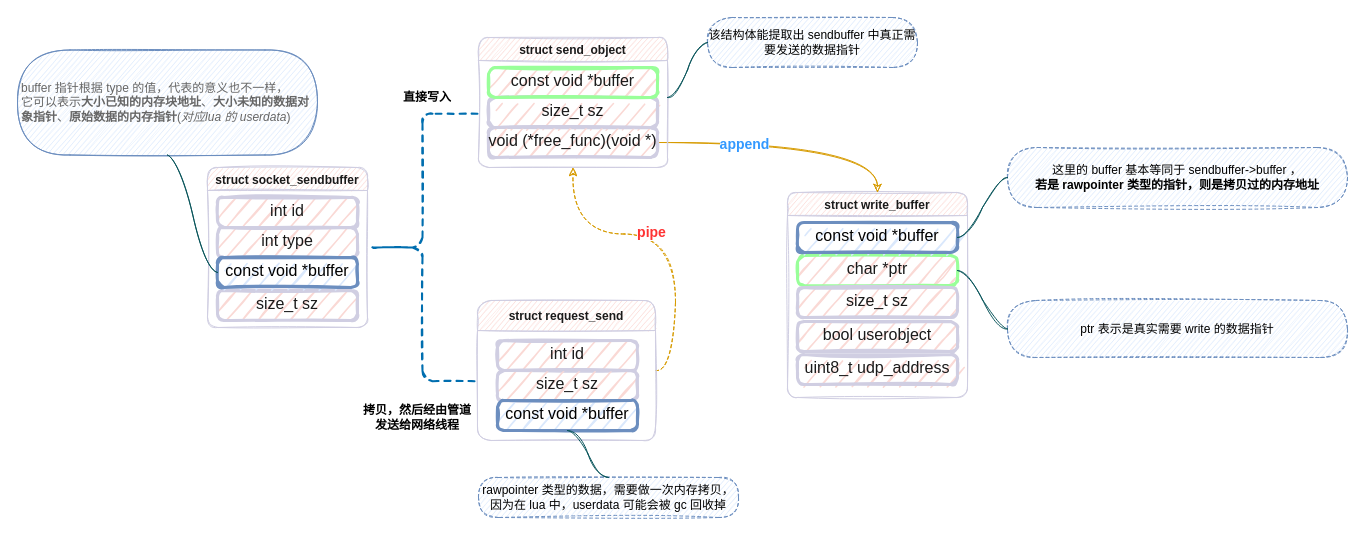
Above: draw.io/skynet_sendmsg.drawio in bitvcat/graphs (draw.io), before the change. Source tidied: cells renumbered, new cells numbered last; positions are measured from the earlier drawing's top-left corner, leaving out a move shared by most shapes. Both pictures are drawn from the tidied source at 100%, with x=0, y=0 at pixel (17, 17).
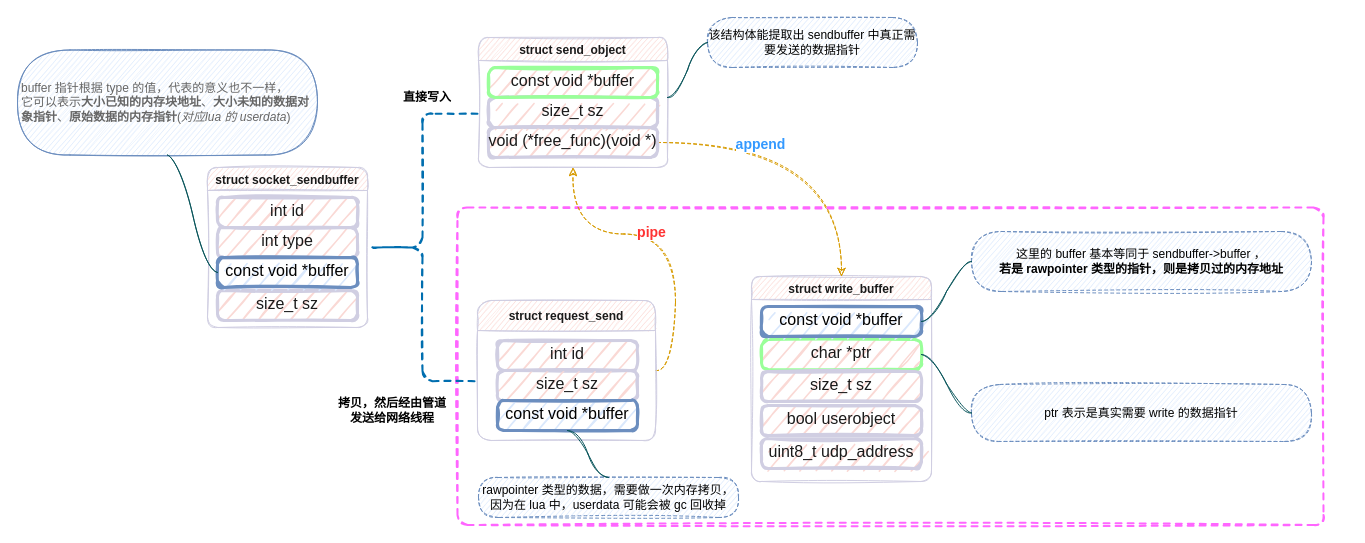
After the change.

Commit message (it also covers changes not shown here):
domi：drawio 源文件

Unchanged cells that the change refers to:
```xml
<mxCell id="23" value="&lt;p style=&quot;margin: 4px 0px 0px ; text-align: center&quot;&gt;&lt;span style=&quot;font-size: 16px&quot;&gt;void (*free_func)(void *)&lt;/span&gt;&lt;/p&gt;" style="verticalAlign=middle;align=center;overflow=fill;fontSize=12;fontFamily=Helvetica;html=1;fontStyle=0;strokeWidth=3;fillColor=#FAD9D5;arcSize=22;spacingTop=0;spacingBottom=0;rounded=1;strokeColor=#D0CEE2;fontColor=#1A1A1A;sketch=1;" parent="1" vertex="1">
  <mxGeometry x="471" y="110" width="169" height="30" as="geometry" />
</mxCell>
```

Change to the diagram source:
```diff
@@
+    <mxCell id="38" style="shape=mxgraph.mockup.containers.marginRect;rectMarginTop=10;strokeWidth=2;dashed=1;rounded=1;arcSize=5;fillColor=none;sketch=1;strokeColor=#FF66FF;" parent="1" vertex="1">
+      <mxGeometry x="440" y="180" width="866" height="327.5" as="geometry" />
+    </mxCell>
@@
     <mxCell id="14" value="&lt;p style=&quot;margin: 4px 0px 0px ; text-align: center&quot;&gt;&lt;span style=&quot;font-size: 16px&quot;&gt;char *ptr&lt;/span&gt;&lt;/p&gt;" style="verticalAlign=middle;align=center;overflow=fill;fontSize=12;fontFamily=Helvetica;html=1;fontStyle=0;strokeWidth=3;fillColor=#FAD9D5;arcSize=22;spacingTop=0;spacingBottom=0;rounded=1;strokeColor=#99FF99;fontColor=#1A1A1A;sketch=1;" parent="1" vertex="1">
-      <mxGeometry x="780" y="238" width="160" height="30" as="geometry" />
+      <mxGeometry x="744" y="322" width="160" height="30" as="geometry" />
     </mxCell>
     <mxCell id="15" value="&lt;p style=&quot;margin: 4px 0px 0px ; text-align: center&quot;&gt;&lt;span style=&quot;font-size: 16px&quot;&gt;size_t sz&lt;/span&gt;&lt;/p&gt;" style="verticalAlign=middle;align=center;overflow=fill;fontSize=12;fontFamily=Helvetica;html=1;fontStyle=0;strokeWidth=3;fillColor=#FAD9D5;arcSize=22;spacingTop=0;spacingBottom=0;rounded=1;strokeColor=#D0CEE2;sketch=1;fontColor=#1A1A1A;" parent="1" vertex="1">
-      <mxGeometry x="780" y="270" width="160" height="30" as="geometry" />
+      <mxGeometry x="744" y="354" width="160" height="30" as="geometry" />
     </mxCell>
     <mxCell id="16" value="struct write_buffer" style="swimlane;rounded=1;strokeColor=#D0CEE2;fillColor=#FAD9D5;fontColor=#1A1A1A;startSize=23;sketch=1;" parent="1" vertex="1">
-      <mxGeometry x="770" y="175" width="180" height="205" as="geometry" />
+      <mxGeometry x="734" y="259" width="180" height="205" as="geometry" />
     </mxCell>
@@
     <mxCell id="18" value="ptr 表示是真实需要 write 的数据指针" style="whiteSpace=wrap;rounded=1;arcSize=50;align=center;verticalAlign=middle;strokeWidth=1;spacing=4;newEdgeStyle={&quot;edgeStyle&quot;:&quot;entityRelationEdgeStyle&quot;,&quot;startArrow&quot;:&quot;none&quot;,&quot;endArrow&quot;:&quot;none&quot;,&quot;segment&quot;:10,&quot;curved&quot;:1};dashed=1;fillColor=#dae8fc;html=1;overflow=visible;strokeColor=#6c8ebf;sketch=1;" parent="1" vertex="1">
-      <mxGeometry x="990" y="283" width="340" height="57" as="geometry" />
+      <mxGeometry x="954" y="367" width="340" height="57" as="geometry" />
     </mxCell>
@@
-    <mxCell id="21" style="edgeStyle=orthogonalEdgeStyle;curved=1;rounded=0;sketch=1;jettySize=auto;html=1;strokeColor=#d79b00;gradientColor=#ffa500;fillColor=#ffcd28;" parent="1" edge="1" source="23" target="16">
+    <mxCell id="21" style="edgeStyle=orthogonalEdgeStyle;curved=1;rounded=0;sketch=1;jettySize=auto;html=1;strokeColor=#d79b00;gradientColor=#ffa500;fillColor=#ffcd28;dashed=1;" parent="1" edge="1" source="23" target="16">
       <mxGeometry relative="1" as="geometry" />
     </mxCell>
@@
     <mxCell id="28" value="拷贝，然后经由管道发送给网络线程&lt;br&gt;" style="text;html=1;strokeColor=none;align=center;verticalAlign=middle;whiteSpace=wrap;rounded=0;fontStyle=1;sketch=1;" parent="1" vertex="1">
-      <mxGeometry x="345" y="390" width="110" height="20" as="geometry" />
+      <mxGeometry x="320" y="383" width="110" height="20" as="geometry" />
     </mxCell>
@@
     <mxCell id="31" value="&lt;p style=&quot;margin: 4px 0px 0px ; text-align: center&quot;&gt;&lt;span style=&quot;font-size: 16px&quot;&gt;uint8_t udp_address&lt;/span&gt;&lt;br&gt;&lt;/p&gt;" style="verticalAlign=middle;align=center;overflow=fill;fontSize=12;fontFamily=Helvetica;html=1;fontStyle=0;strokeWidth=3;fillColor=#FAD9D5;arcSize=22;spacingTop=0;spacingBottom=0;rounded=1;strokeColor=#D0CEE2;fontColor=#1A1A1A;sketch=1;" parent="1" vertex="1">
-      <mxGeometry x="780" y="337" width="160" height="30" as="geometry" />
+      <mxGeometry x="744" y="421" width="160" height="30" as="geometry" />
     </mxCell>
     <mxCell id="32" value="&lt;p style=&quot;margin: 4px 0px 0px ; text-align: center&quot;&gt;&lt;span style=&quot;font-size: 16px&quot;&gt;const void *buffer&lt;/span&gt;&lt;/p&gt;" style="verticalAlign=middle;align=center;overflow=fill;fontSize=12;fontFamily=Helvetica;html=1;fontStyle=0;strokeWidth=3;fillColor=#dae8fc;arcSize=22;spacingTop=0;spacingBottom=0;rounded=1;strokeColor=#6c8ebf;fontColor=#000000;sketch=1;" parent="1" vertex="1">
-      <mxGeometry x="780" y="205" width="160" height="30" as="geometry" />
+      <mxGeometry x="744" y="289" width="160" height="30" as="geometry" />
     </mxCell>
     <mxCell id="33" value="这里的 buffer 基本等同于 sendbuffer-&amp;gt;buffer ，&lt;br&gt;&lt;b&gt;若是 rawpointer 类型的指针，则是拷贝过的内存地址&lt;/b&gt;" style="whiteSpace=wrap;rounded=1;arcSize=50;align=center;verticalAlign=middle;strokeWidth=1;spacing=4;newEdgeStyle={&quot;edgeStyle&quot;:&quot;entityRelationEdgeStyle&quot;,&quot;startArrow&quot;:&quot;none&quot;,&quot;endArrow&quot;:&quot;none&quot;,&quot;segment&quot;:10,&quot;curved&quot;:1};dashed=1;fillColor=#dae8fc;html=1;overflow=visible;strokeColor=#6c8ebf;sketch=1;" parent="1" vertex="1">
-      <mxGeometry x="990" y="130" width="340" height="60" as="geometry" />
+      <mxGeometry x="954" y="214" width="340" height="60" as="geometry" />
     </mxCell>
```
